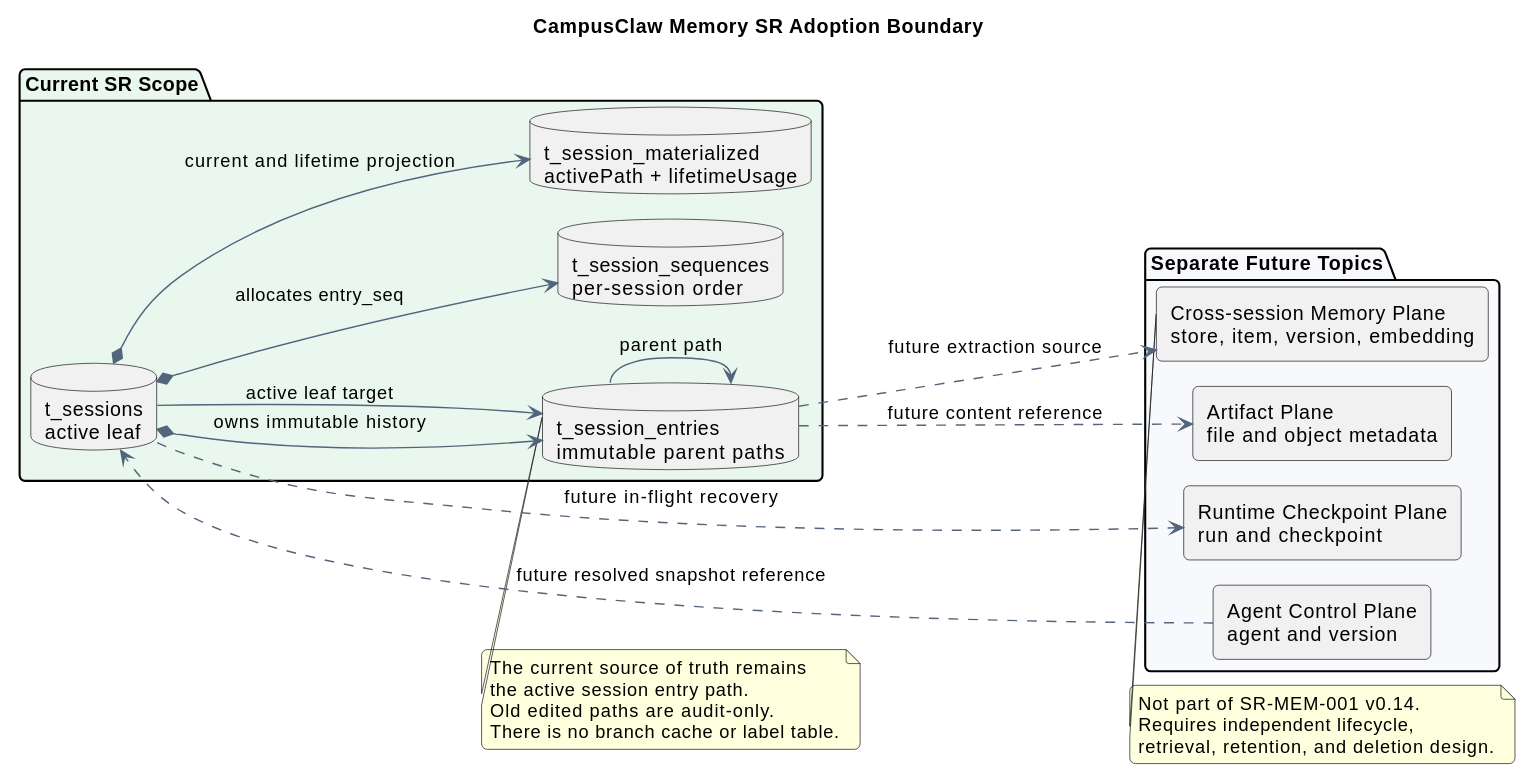
Above: agent-database-patterns/pi-memory-adoption-boundary.svg in ssm0808/pi-mono-java-design (PlantUML), before the change. Its diagram source:
```plantuml
@startuml
!pragma layout smetana
title CampusClaw Memory SR Adoption Boundary
left to right direction

skinparam backgroundColor #FFFFFF
skinparam shadowing false
skinparam roundcorner 8
skinparam componentStyle rectangle
skinparam ArrowColor #53657D


package "Current SR Scope" #E9F7EF {
  database "t_sessions\nactive leaf" as Session
  database "t_session_entries\nimmutable parent paths" as Entry
  database "t_session_sequences\nper-session order" as Sequence
  database "t_session_materialized\nactivePath + lifetimeUsage" as Summary
}

package "Separate Future Topics" #F7F9FC {
  rectangle "Agent Control Plane\nagent and version" as AgentControl
  rectangle "Runtime Checkpoint Plane\nrun and checkpoint" as RuntimeCheckpoint
  rectangle "Cross-session Memory Plane\nstore, item, version, embedding" as LongMemory
  rectangle "Artifact Plane\nfile and object metadata" as Artifact
}

Session *--> Entry : owns immutable history
Session --> Entry : active leaf target
Entry --> Entry : parent path
Session *--> Sequence : allocates entry_seq
Session *--> Summary : current and lifetime projection

AgentControl ..> Session : future resolved snapshot reference
Session ..> RuntimeCheckpoint : future in-flight recovery
Entry ..> LongMemory : future extraction source
Entry ..> Artifact : future content reference

note bottom of Entry
The current source of truth remains
the active session entry path.
Old edited paths are audit-only.
There is no branch cache or label table.
end note

note bottom of LongMemory
Not part of SR-MEM-001 v0.14.
Requires independent lifecycle,
retrieval, retention, and deletion design.
end note
@enduml
```
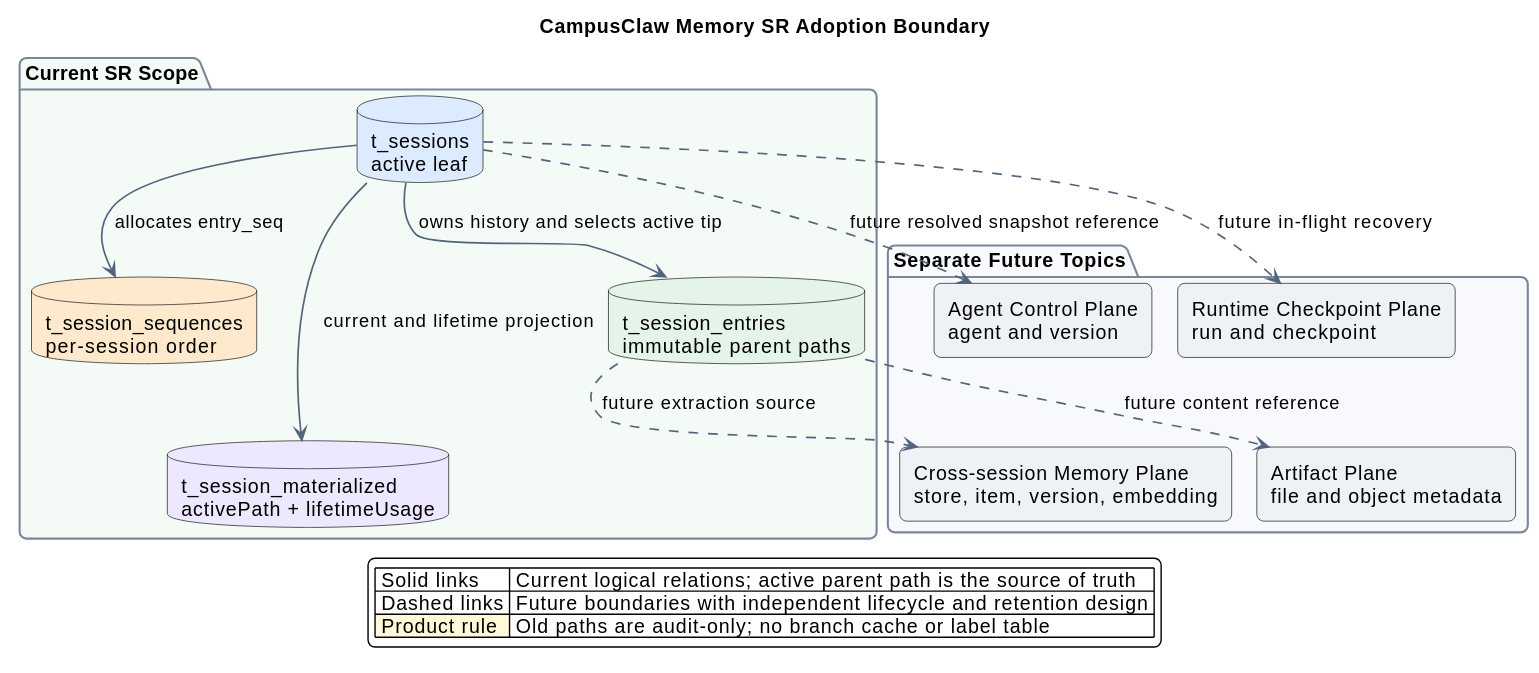
The same file after the commit.

Commit message:
docs(memory): improve session diagram readability

What changed in the source:
```diff
@@ -1,50 +1,55 @@
 @startuml
 !pragma layout smetana
 title CampusClaw Memory SR Adoption Boundary
-left to right direction
+top to bottom direction
 
 skinparam backgroundColor #FFFFFF
 skinparam shadowing false
-skinparam roundcorner 8
+skinparam roundcorner 10
 skinparam componentStyle rectangle
 skinparam ArrowColor #53657D
+skinparam ArrowThickness 1.2
+skinparam PackageBorderColor #7A8699
+skinparam NoteBorderColor #B58B00
+skinparam NoteBackgroundColor #FFF8D9
 
 
-package "Current SR Scope" #E9F7EF {
-  database "t_sessions\nactive leaf" as Session
-  database "t_session_entries\nimmutable parent paths" as Entry
-  database "t_session_sequences\nper-session order" as Sequence
-  database "t_session_materialized\nactivePath + lifetimeUsage" as Summary
+package "Current SR Scope" as CurrentScope #F4FAF6 {
+  database "t_sessions\nactive leaf" as Session #DCEBFF
+  database "t_session_sequences\nper-session order" as Sequence #FFE9CC
+  database "t_session_entries\nimmutable parent paths" as Entry #E4F4E8
+  database "t_session_materialized\nactivePath + lifetimeUsage" as Summary #EEE8FF
+
+  Session -[hidden]right- Sequence
+  Entry -[hidden]right- Summary
+  Session -[hidden]down- Entry
+  Sequence -[hidden]down- Summary
 }
 
-package "Separate Future Topics" #F7F9FC {
-  rectangle "Agent Control Plane\nagent and version" as AgentControl
-  rectangle "Runtime Checkpoint Plane\nrun and checkpoint" as RuntimeCheckpoint
-  rectangle "Cross-session Memory Plane\nstore, item, version, embedding" as LongMemory
-  rectangle "Artifact Plane\nfile and object metadata" as Artifact
+package "Separate Future Topics" as FutureScope #F7F9FC {
+  rectangle "Agent Control Plane\nagent and version" as AgentControl #EEF1F5
+  rectangle "Runtime Checkpoint Plane\nrun and checkpoint" as RuntimeCheckpoint #EEF1F5
+  rectangle "Cross-session Memory Plane\nstore, item, version, embedding" as LongMemory #EEF1F5
+  rectangle "Artifact Plane\nfile and object metadata" as Artifact #EEF1F5
+
+  AgentControl -[hidden]right- RuntimeCheckpoint
+  LongMemory -[hidden]right- Artifact
+  AgentControl -[hidden]down- LongMemory
+  RuntimeCheckpoint -[hidden]down- Artifact
 }
 
-Session *--> Entry : owns immutable history
-Session --> Entry : active leaf target
-Entry --> Entry : parent path
-Session *--> Sequence : allocates entry_seq
-Session *--> Summary : current and lifetime projection
+Session --> Entry : owns history and selects active tip
+Session --> Sequence : allocates entry_seq
+Session --> Summary : current and lifetime projection
 
-AgentControl ..> Session : future resolved snapshot reference
+Session ..> AgentControl : future resolved snapshot reference
 Session ..> RuntimeCheckpoint : future in-flight recovery
 Entry ..> LongMemory : future extraction source
 Entry ..> Artifact : future content reference
 
-note bottom of Entry
-The current source of truth remains
-the active session entry path.
-Old edited paths are audit-only.
-There is no branch cache or label table.
-end note
-
-note bottom of LongMemory
-Not part of SR-MEM-001 v0.14.
-Requires independent lifecycle,
-retrieval, retention, and deletion design.
-end note
+legend bottom
+|<#FFFFFF> Solid links | Current logical relations; active parent path is the source of truth |
+|<#FFFFFF> Dashed links | Future boundaries with independent lifecycle and retention design |
+|<#FFF8D9> Product rule | Old paths are audit-only; no branch cache or label table |
+endlegend
 @enduml
```
